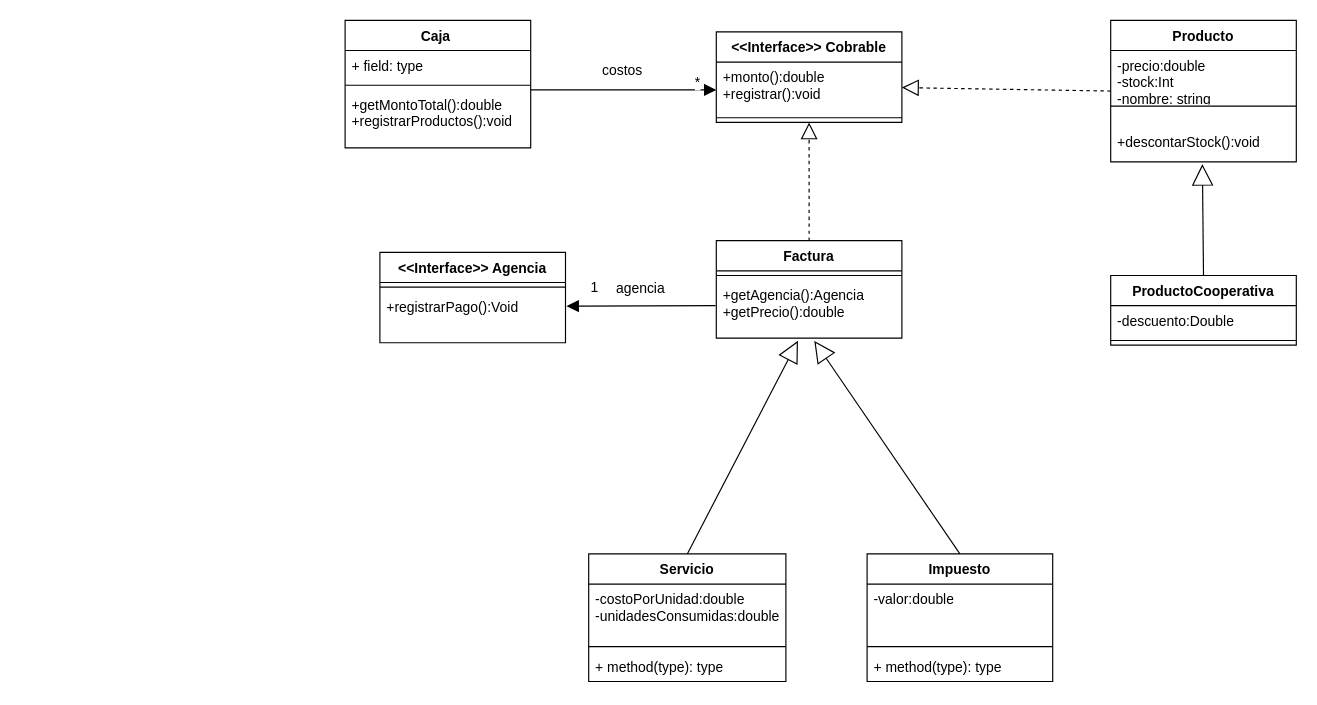
Above: tp5/UML tp5.drawio in MartinianoOliveto/Objetos2 (draw.io), before the change. Source tidied: cells renumbered, new cells numbered last; positions are measured from the earlier drawing's top-left corner, leaving out a move shared by most shapes. Both pictures are drawn from the tidied source at 116%, with x=0, y=0 at pixel (345, 20).
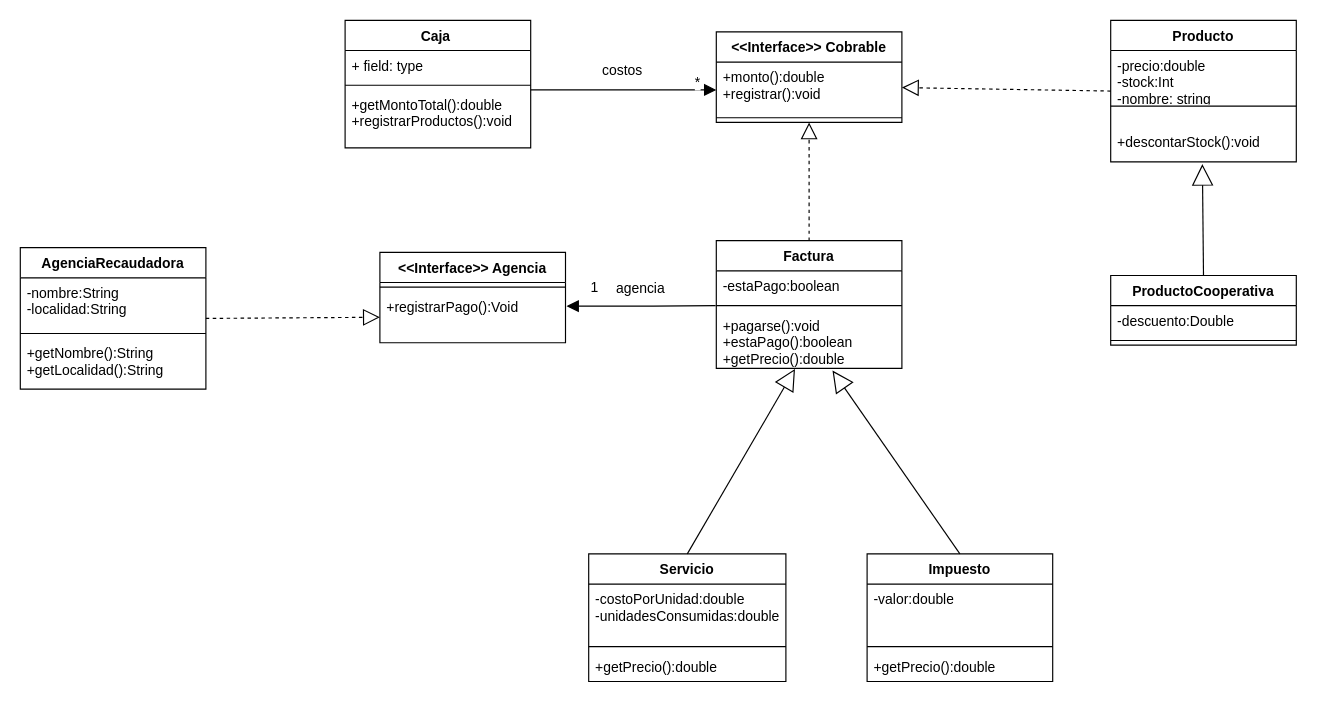
The same page after the edit.

Commit message (it also covers changes not shown here):
UML actualizado

Unchanged cells that the change refers to:
```xml
<mxCell id="13" value="&lt;font face=&quot;Italica&quot;&gt;&amp;lt;&amp;lt;Interface&amp;gt;&amp;gt; Cobrable&lt;/font&gt;" style="swimlane;fontStyle=1;align=center;verticalAlign=top;horizontal=1;startSize=26;whiteSpace=wrap;html=1;" parent="1" vertex="1">
  <mxGeometry x="320" y="10" width="160" height="78" as="geometry" />
</mxCell>
<mxCell id="21" value="+registrarPago():Void" style="text;strokeColor=none;fillColor=none;align=left;verticalAlign=top;spacingLeft=4;spacingRight=4;overflow=hidden;points=[[0,0.5],[1,0.5]];portConstraint=eastwest;whiteSpace=wrap;html=1;" parent="19" vertex="1">
  <mxGeometry y="34" width="160" height="44" as="geometry" />
</mxCell>
<mxCell id="22" value="&lt;div&gt;Servicio&lt;/div&gt;" style="swimlane;fontStyle=1;align=center;verticalAlign=top;horizontal=1;startSize=26;whiteSpace=wrap;html=1;" parent="1" vertex="1">
  <mxGeometry x="210" y="460" width="170" height="110" as="geometry" />
</mxCell>
<mxCell id="26" value="Impuesto" style="swimlane;fontStyle=1;align=center;verticalAlign=top;horizontal=1;startSize=26;whiteSpace=wrap;html=1;" parent="1" vertex="1">
  <mxGeometry x="450" y="460" width="160" height="110" as="geometry" />
</mxCell>
```

The edit, as a diff of the source:
```diff
@@
-    <mxCell id="25" value="+ method(type): type" style="text;strokeColor=none;fillColor=none;align=left;verticalAlign=top;spacingLeft=4;spacingRight=4;overflow=hidden;whiteSpace=wrap;html=1;" parent="22" vertex="1">
+    <mxCell id="25" value="+getPrecio():double" style="text;strokeColor=none;fillColor=none;align=left;verticalAlign=top;spacingLeft=4;spacingRight=4;overflow=hidden;whiteSpace=wrap;html=1;" parent="22" vertex="1">
       <mxGeometry y="84" width="170" height="26" as="geometry" />
     </mxCell>
@@
-    <mxCell id="29" value="+ method(type): type" style="text;strokeColor=none;fillColor=none;align=left;verticalAlign=top;spacingLeft=4;spacingRight=4;overflow=hidden;whiteSpace=wrap;html=1;" parent="26" vertex="1">
+    <mxCell id="29" value="+getPrecio():double" style="text;strokeColor=none;fillColor=none;align=left;verticalAlign=top;spacingLeft=4;spacingRight=4;overflow=hidden;whiteSpace=wrap;html=1;" parent="26" vertex="1">
       <mxGeometry y="84" width="160" height="26" as="geometry" />
     </mxCell>
@@
-    <mxCell id="31" value="&lt;font face=&quot;Italica&quot;&gt;Factura&lt;/font&gt;&lt;div&gt;&lt;br&gt;&lt;/div&gt;" style="swimlane;fontStyle=1;align=center;verticalAlign=top;horizontal=1;startSize=26;whiteSpace=wrap;html=1;" parent="1" vertex="1">
-      <mxGeometry x="320" y="190" width="160" height="84" as="geometry" />
-    </mxCell>
-    <mxCell id="32" style="line;strokeWidth=1;fillColor=none;align=left;verticalAlign=middle;spacingTop=-1;spacingLeft=3;spacingRight=3;labelPosition=right;strokeColor=inherit;" parent="31" vertex="1">
-      <mxGeometry y="26" width="160" height="8" as="geometry" />
-    </mxCell>
-    <mxCell id="33" value="&lt;div&gt;+getAgencia():Agencia&lt;/div&gt;&lt;div&gt;+getPrecio():double&lt;/div&gt;" style="text;strokeColor=none;fillColor=none;align=left;verticalAlign=top;spacingLeft=4;spacingRight=4;overflow=hidden;points=[[0,0.5],[1,0.5]];portConstraint=eastwest;whiteSpace=wrap;html=1;" parent="31" vertex="1">
-      <mxGeometry y="34" width="160" height="50" as="geometry" />
-    </mxCell>
-    <mxCell id="34" style="endArrow=block;dashed=1;endFill=0;endSize=12;html=1;rounded=0;fontSize=12;curved=1;exitX=0.5;exitY=0;exitDx=0;exitDy=0;entryX=0.5;entryY=1;entryDx=0;entryDy=0;" parent="1" edge="1" source="31" target="13">
-      <mxGeometry relative="1" as="geometry" />
+    <mxCell id="34" style="endArrow=block;dashed=1;endFill=0;endSize=12;html=1;rounded=0;fontSize=12;curved=1;exitX=0.5;exitY=0;exitDx=0;exitDy=0;entryX=0.5;entryY=1;entryDx=0;entryDy=0;" parent="1" edge="1" target="13">
+      <mxGeometry relative="1" as="geometry">
+        <mxPoint x="400" y="190" as="sourcePoint" />
+      </mxGeometry>
     </mxCell>
-    <mxCell id="35" style="endArrow=block;endSize=16;endFill=0;html=1;rounded=0;fontSize=12;curved=1;exitX=0.5;exitY=0;exitDx=0;exitDy=0;entryX=0.44;entryY=1.047;entryDx=0;entryDy=0;entryPerimeter=0;" parent="1" edge="1" source="22" target="33">
+    <mxCell id="35" style="endArrow=block;endSize=16;endFill=0;html=1;rounded=0;fontSize=12;curved=1;exitX=0.5;exitY=0;exitDx=0;exitDy=0;entryX=0.424;entryY=1.01;entryDx=0;entryDy=0;entryPerimeter=0;" parent="1" edge="1" source="22" target="42">
       <mxGeometry relative="1" as="geometry" />
     </mxCell>
-    <mxCell id="36" style="endArrow=block;endSize=16;endFill=0;html=1;rounded=0;fontSize=12;curved=1;exitX=0.5;exitY=0;exitDx=0;exitDy=0;entryX=0.528;entryY=1.047;entryDx=0;entryDy=0;entryPerimeter=0;" parent="1" edge="1" source="26" target="33">
+    <mxCell id="36" style="endArrow=block;endSize=16;endFill=0;html=1;rounded=0;fontSize=12;curved=1;exitX=0.5;exitY=0;exitDx=0;exitDy=0;entryX=0.626;entryY=1.039;entryDx=0;entryDy=0;entryPerimeter=0;" parent="1" edge="1" source="26" target="42">
       <mxGeometry relative="1" as="geometry" />
     </mxCell>
@@
-    <mxCell id="38" style="endArrow=block;endFill=1;html=1;edgeStyle=orthogonalEdgeStyle;align=left;verticalAlign=top;rounded=0;fontSize=12;startSize=8;endSize=8;curved=1;exitX=-0.004;exitY=0.44;exitDx=0;exitDy=0;exitPerimeter=0;entryX=1.006;entryY=0.282;entryDx=0;entryDy=0;entryPerimeter=0;" parent="1" edge="1" source="33" target="21">
-      <mxGeometry x="0.24" y="14" relative="1" as="geometry" />
+    <mxCell id="38" style="endArrow=block;endFill=1;html=1;edgeStyle=orthogonalEdgeStyle;align=left;verticalAlign=top;rounded=0;fontSize=12;startSize=8;endSize=8;curved=1;exitX=-0.004;exitY=0.44;exitDx=0;exitDy=0;exitPerimeter=0;entryX=1.006;entryY=0.282;entryDx=0;entryDy=0;entryPerimeter=0;" parent="1" edge="1" target="21">
+      <mxGeometry x="0.24" y="14" relative="1" as="geometry">
+        <mxPoint x="319.4" y="246" as="sourcePoint" />
+      </mxGeometry>
     </mxCell>
@@
+    <mxCell id="31" value="&lt;font face=&quot;Italica&quot;&gt;Factura&lt;/font&gt;" style="swimlane;fontStyle=1;align=center;verticalAlign=top;horizontal=1;startSize=26;whiteSpace=wrap;html=1;" parent="1" vertex="1">
+      <mxGeometry x="320" y="190" width="160" height="110" as="geometry" />
+    </mxCell>
+    <mxCell id="40" value="-estaPago:boolean&amp;nbsp;" style="text;strokeColor=none;fillColor=none;align=left;verticalAlign=top;spacingLeft=4;spacingRight=4;overflow=hidden;whiteSpace=wrap;html=1;" parent="31" vertex="1">
+      <mxGeometry y="26" width="160" height="26" as="geometry" />
+    </mxCell>
+    <mxCell id="41" style="line;strokeWidth=1;fillColor=none;align=left;verticalAlign=middle;spacingTop=-1;spacingLeft=3;spacingRight=3;labelPosition=right;strokeColor=inherit;" parent="31" vertex="1">
+      <mxGeometry y="52" width="160" height="8" as="geometry" />
+    </mxCell>
+    <mxCell id="42" value="+pagarse():void&lt;div&gt;+estaPago():boolean&lt;/div&gt;&lt;div&gt;+&lt;font face=&quot;Italica&quot;&gt;getPrecio():double&lt;/font&gt;&lt;/div&gt;" style="text;strokeColor=none;fillColor=none;align=left;verticalAlign=top;spacingLeft=4;spacingRight=4;overflow=hidden;points=[[0,0.5],[1,0.5]];portConstraint=eastwest;whiteSpace=wrap;html=1;" parent="31" vertex="1">
+      <mxGeometry y="60" width="160" height="50" as="geometry" />
+    </mxCell>
+    <mxCell id="43" value="AgenciaRecaudadora" style="swimlane;fontStyle=1;align=center;verticalAlign=top;horizontal=1;startSize=26;whiteSpace=wrap;html=1;" parent="1" vertex="1">
+      <mxGeometry x="-280" y="196" width="160" height="122" as="geometry" />
+    </mxCell>
+    <mxCell id="44" value="-nombre:String&lt;div&gt;-localidad:String&lt;/div&gt;" style="text;strokeColor=none;fillColor=none;align=left;verticalAlign=top;spacingLeft=4;spacingRight=4;overflow=hidden;whiteSpace=wrap;html=1;" parent="43" vertex="1">
+      <mxGeometry y="26" width="160" height="44" as="geometry" />
+    </mxCell>
+    <mxCell id="45" style="line;strokeWidth=1;fillColor=none;align=left;verticalAlign=middle;spacingTop=-1;spacingLeft=3;spacingRight=3;labelPosition=right;strokeColor=inherit;" parent="43" vertex="1">
+      <mxGeometry y="70" width="160" height="8" as="geometry" />
+    </mxCell>
+    <mxCell id="46" value="+getNombre():String&lt;div&gt;+getLocalidad():String&amp;nbsp;&lt;br&gt;&lt;div&gt;&lt;br&gt;&lt;/div&gt;&lt;/div&gt;" style="text;strokeColor=none;fillColor=none;align=left;verticalAlign=top;spacingLeft=4;spacingRight=4;overflow=hidden;whiteSpace=wrap;html=1;" parent="43" vertex="1">
+      <mxGeometry y="78" width="160" height="44" as="geometry" />
+    </mxCell>
+    <mxCell id="47" style="endArrow=block;dashed=1;endFill=0;endSize=12;html=1;rounded=0;fontSize=12;curved=1;exitX=1;exitY=0.5;exitDx=0;exitDy=0;entryX=0;entryY=0.5;entryDx=0;entryDy=0;" parent="1" edge="1" source="43" target="21">
+      <mxGeometry relative="1" as="geometry" />
+    </mxCell>
```
